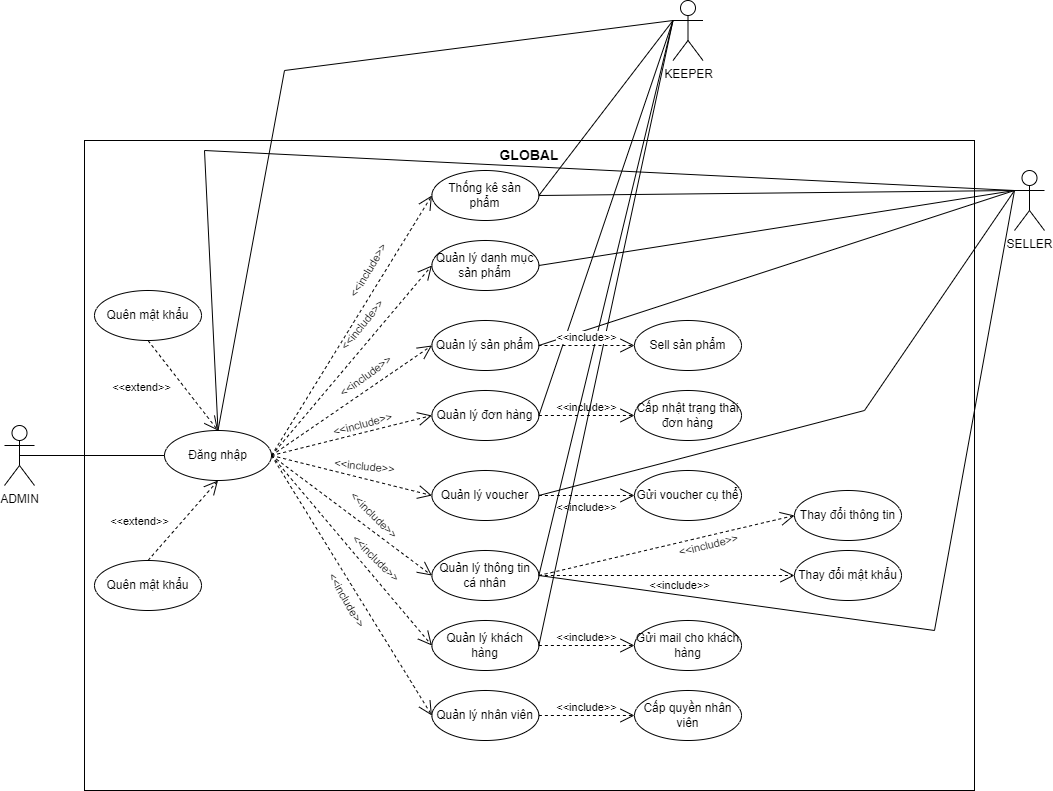
vietviet08/CATCOSY keeps this draw.io diagram as report/images/usecase/DACS1-admin_global-usecase.drawio.png. Above is the earlier version. Source tidied: cells renumbered, new cells last; positions are measured from the earlier drawing's top-left corner, leaving out a move shared by most shapes. The source it was exported from:
```xml
<mxGraphModel>
  <root>
    <mxCell id="0" />
    <mxCell id="1" parent="0" />
    <mxCell id="2" value="ADMIN" style="shape=umlActor;verticalLabelPosition=bottom;verticalAlign=top;html=1;" parent="1" vertex="1">
      <mxGeometry y="425" width="30" height="60" as="geometry" />
    </mxCell>
    <mxCell id="3" value="&lt;span style=&quot;font-size: 14px;&quot;&gt;&lt;b&gt;GLOBAL&lt;/b&gt;&lt;/span&gt;" style="whiteSpace=wrap;html=1;verticalAlign=top;" parent="1" vertex="1">
      <mxGeometry x="80" y="140" width="890" height="650" as="geometry" />
    </mxCell>
    <mxCell id="4" value="Đăng nhập" style="ellipse;whiteSpace=wrap;html=1;" parent="1" vertex="1">
      <mxGeometry x="160" y="430" width="107" height="50" as="geometry" />
    </mxCell>
    <mxCell id="5" style="endArrow=none;html=1;rounded=0;exitX=0.5;exitY=0.5;exitDx=0;exitDy=0;exitPerimeter=0;" parent="1" edge="1" source="2" target="4">
      <mxGeometry relative="1" as="geometry" />
    </mxCell>
    <mxCell id="6" value="Quản lý danh mục sản phẩm" style="ellipse;whiteSpace=wrap;html=1;" parent="1" vertex="1">
      <mxGeometry x="427.4" y="240" width="107" height="50" as="geometry" />
    </mxCell>
    <mxCell id="7" style="endArrow=open;endSize=12;dashed=1;html=1;rounded=0;exitX=1;exitY=0.5;exitDx=0;exitDy=0;entryX=0;entryY=0.5;entryDx=0;entryDy=0;" parent="1" edge="1" source="4" target="6">
      <mxGeometry relative="1" as="geometry" />
    </mxCell>
    <mxCell id="8" value="&amp;lt;&amp;lt;include&amp;gt;&amp;gt;" style="edgeLabel;html=1;align=center;verticalAlign=middle;rotation=309;" parent="7" vertex="1">
      <mxGeometry x="-0.05" y="4" relative="1" as="geometry">
        <mxPoint x="17" y="-37" as="offset" />
      </mxGeometry>
    </mxCell>
    <mxCell id="9" style="endArrow=open;endSize=12;dashed=1;html=1;rounded=0;exitX=1;exitY=0.5;exitDx=0;exitDy=0;entryX=0;entryY=0.5;entryDx=0;entryDy=0;" parent="1" edge="1" source="4" target="13">
      <mxGeometry relative="1" as="geometry" />
    </mxCell>
    <mxCell id="10" value="&amp;lt;&amp;lt;include&amp;gt;&amp;gt;" style="edgeLabel;html=1;align=center;verticalAlign=middle;rotation=6;" parent="9" vertex="1">
      <mxGeometry x="-0.05" y="4" relative="1" as="geometry">
        <mxPoint x="16" y="-5" as="offset" />
      </mxGeometry>
    </mxCell>
    <mxCell id="11" value="Quản lý sản phẩm" style="ellipse;whiteSpace=wrap;html=1;" parent="1" vertex="1">
      <mxGeometry x="427.4" y="320" width="107" height="50" as="geometry" />
    </mxCell>
    <mxCell id="12" value="Quản lý đơn hàng" style="ellipse;whiteSpace=wrap;html=1;" parent="1" vertex="1">
      <mxGeometry x="427.4" y="390" width="107" height="50" as="geometry" />
    </mxCell>
    <mxCell id="13" value="Quản lý voucher" style="ellipse;whiteSpace=wrap;html=1;" parent="1" vertex="1">
      <mxGeometry x="427.4" y="470" width="107" height="50" as="geometry" />
    </mxCell>
    <mxCell id="14" value="Quản lý thông tin cá nhân" style="ellipse;whiteSpace=wrap;html=1;" parent="1" vertex="1">
      <mxGeometry x="427.4" y="550" width="107" height="50" as="geometry" />
    </mxCell>
    <mxCell id="15" value="Quản lý khách hàng" style="ellipse;whiteSpace=wrap;html=1;" parent="1" vertex="1">
      <mxGeometry x="427.4" y="620" width="107" height="50" as="geometry" />
    </mxCell>
    <mxCell id="16" value="Quản lý nhân viên" style="ellipse;whiteSpace=wrap;html=1;" parent="1" vertex="1">
      <mxGeometry x="427.4" y="690" width="107" height="50" as="geometry" />
    </mxCell>
    <mxCell id="17" value="Cấp quyền nhân viên" style="ellipse;whiteSpace=wrap;html=1;" parent="1" vertex="1">
      <mxGeometry x="630" y="690" width="107" height="50" as="geometry" />
    </mxCell>
    <mxCell id="18" value="Gửi mail cho khách hàng" style="ellipse;whiteSpace=wrap;html=1;" parent="1" vertex="1">
      <mxGeometry x="630" y="620" width="107" height="50" as="geometry" />
    </mxCell>
    <mxCell id="19" value="Thay đổi mật khẩu" style="ellipse;whiteSpace=wrap;html=1;" parent="1" vertex="1">
      <mxGeometry x="790" y="550" width="107" height="50" as="geometry" />
    </mxCell>
    <mxCell id="20" value="Thay đổi thông tin" style="ellipse;whiteSpace=wrap;html=1;" parent="1" vertex="1">
      <mxGeometry x="790" y="490" width="107" height="50" as="geometry" />
    </mxCell>
    <mxCell id="21" value="Cấp nhật trạng thái đơn hàng" style="ellipse;whiteSpace=wrap;html=1;" parent="1" vertex="1">
      <mxGeometry x="630" y="390" width="107" height="50" as="geometry" />
    </mxCell>
    <mxCell id="22" value="Thống kê sản phẩm" style="ellipse;whiteSpace=wrap;html=1;" parent="1" vertex="1">
      <mxGeometry x="427.4" y="170" width="107" height="50" as="geometry" />
    </mxCell>
    <mxCell id="23" value="Quên mật khẩu" style="ellipse;whiteSpace=wrap;html=1;" parent="1" vertex="1">
      <mxGeometry x="90" y="560" width="107" height="50" as="geometry" />
    </mxCell>
    <mxCell id="24" style="endArrow=open;endSize=12;dashed=1;html=1;rounded=0;exitX=1;exitY=0.5;exitDx=0;exitDy=0;entryX=0;entryY=0.5;entryDx=0;entryDy=0;" parent="1" edge="1" source="4" target="11">
      <mxGeometry relative="1" as="geometry" />
    </mxCell>
    <mxCell id="25" value="&amp;lt;&amp;lt;include&amp;gt;&amp;gt;" style="edgeLabel;html=1;align=center;verticalAlign=middle;rotation=324;" parent="24" vertex="1">
      <mxGeometry x="-0.05" y="4" relative="1" as="geometry">
        <mxPoint x="20" y="-24" as="offset" />
      </mxGeometry>
    </mxCell>
    <mxCell id="26" style="endArrow=open;endSize=12;dashed=1;html=1;rounded=0;exitX=1;exitY=0.5;exitDx=0;exitDy=0;entryX=0;entryY=0.5;entryDx=0;entryDy=0;" parent="1" edge="1" source="4" target="12">
      <mxGeometry relative="1" as="geometry" />
    </mxCell>
    <mxCell id="27" value="&amp;lt;&amp;lt;include&amp;gt;&amp;gt;" style="edgeLabel;html=1;align=center;verticalAlign=middle;rotation=-15;" parent="26" vertex="1">
      <mxGeometry x="-0.05" y="4" relative="1" as="geometry">
        <mxPoint x="16" y="-9" as="offset" />
      </mxGeometry>
    </mxCell>
    <mxCell id="28" style="endArrow=open;endSize=12;dashed=1;html=1;rounded=0;exitX=1;exitY=0.5;exitDx=0;exitDy=0;entryX=0;entryY=0.5;entryDx=0;entryDy=0;" parent="1" edge="1" source="4" target="14">
      <mxGeometry relative="1" as="geometry" />
    </mxCell>
    <mxCell id="29" value="&amp;lt;&amp;lt;include&amp;gt;&amp;gt;" style="edgeLabel;html=1;align=center;verticalAlign=middle;rotation=45;" parent="28" vertex="1">
      <mxGeometry x="-0.05" y="4" relative="1" as="geometry">
        <mxPoint x="24" y="6" as="offset" />
      </mxGeometry>
    </mxCell>
    <mxCell id="30" style="endArrow=open;endSize=12;dashed=1;html=1;rounded=0;exitX=1;exitY=0.5;exitDx=0;exitDy=0;entryX=0;entryY=0.5;entryDx=0;entryDy=0;" parent="1" edge="1" source="4" target="15">
      <mxGeometry relative="1" as="geometry" />
    </mxCell>
    <mxCell id="31" value="&amp;lt;&amp;lt;include&amp;gt;&amp;gt;" style="edgeLabel;html=1;align=center;verticalAlign=middle;rotation=45;" parent="30" vertex="1">
      <mxGeometry x="-0.05" y="4" relative="1" as="geometry">
        <mxPoint x="25" y="15" as="offset" />
      </mxGeometry>
    </mxCell>
    <mxCell id="32" style="endArrow=open;endSize=12;dashed=1;html=1;rounded=0;exitX=1;exitY=0.5;exitDx=0;exitDy=0;entryX=0;entryY=0.5;entryDx=0;entryDy=0;" parent="1" edge="1" source="4" target="16">
      <mxGeometry relative="1" as="geometry" />
    </mxCell>
    <mxCell id="33" value="&amp;lt;&amp;lt;include&amp;gt;&amp;gt;" style="edgeLabel;html=1;align=center;verticalAlign=middle;rotation=60;" parent="32" vertex="1">
      <mxGeometry x="-0.05" y="4" relative="1" as="geometry">
        <mxPoint x="-4" y="23" as="offset" />
      </mxGeometry>
    </mxCell>
    <mxCell id="34" style="endArrow=open;endSize=12;dashed=1;html=1;rounded=0;exitX=1;exitY=0.5;exitDx=0;exitDy=0;entryX=0;entryY=0.5;entryDx=0;entryDy=0;" parent="1" edge="1" source="16" target="17">
      <mxGeometry relative="1" as="geometry" />
    </mxCell>
    <mxCell id="35" value="&amp;lt;&amp;lt;include&amp;gt;&amp;gt;" style="edgeLabel;html=1;align=center;verticalAlign=middle;rotation=0;" parent="34" vertex="1">
      <mxGeometry x="-0.05" y="4" relative="1" as="geometry">
        <mxPoint x="2" y="-5" as="offset" />
      </mxGeometry>
    </mxCell>
    <mxCell id="36" style="endArrow=open;endSize=12;dashed=1;html=1;rounded=0;exitX=1;exitY=0.5;exitDx=0;exitDy=0;entryX=0;entryY=0.5;entryDx=0;entryDy=0;" parent="1" edge="1" source="15" target="18">
      <mxGeometry relative="1" as="geometry" />
    </mxCell>
    <mxCell id="37" value="&amp;lt;&amp;lt;include&amp;gt;&amp;gt;" style="edgeLabel;html=1;align=center;verticalAlign=middle;rotation=0;" parent="36" vertex="1">
      <mxGeometry x="-0.05" y="4" relative="1" as="geometry">
        <mxPoint x="2" y="-5" as="offset" />
      </mxGeometry>
    </mxCell>
    <mxCell id="38" style="endArrow=open;endSize=12;dashed=1;html=1;rounded=0;exitX=1;exitY=0.5;exitDx=0;exitDy=0;entryX=0;entryY=0.5;entryDx=0;entryDy=0;" parent="1" edge="1" source="14" target="19">
      <mxGeometry relative="1" as="geometry" />
    </mxCell>
    <mxCell id="39" value="&amp;lt;&amp;lt;include&amp;gt;&amp;gt;" style="edgeLabel;html=1;align=center;verticalAlign=middle;rotation=0;" parent="38" vertex="1">
      <mxGeometry x="-0.05" y="4" relative="1" as="geometry">
        <mxPoint x="19" y="13" as="offset" />
      </mxGeometry>
    </mxCell>
    <mxCell id="40" style="endArrow=open;endSize=12;dashed=1;html=1;rounded=0;exitX=1;exitY=0.5;exitDx=0;exitDy=0;entryX=0;entryY=0.5;entryDx=0;entryDy=0;" parent="1" edge="1" source="14" target="20">
      <mxGeometry relative="1" as="geometry" />
    </mxCell>
    <mxCell id="41" value="&amp;lt;&amp;lt;include&amp;gt;&amp;gt;" style="edgeLabel;html=1;align=center;verticalAlign=middle;rotation=346;" parent="40" vertex="1">
      <mxGeometry x="-0.05" y="4" relative="1" as="geometry">
        <mxPoint x="49" y="2" as="offset" />
      </mxGeometry>
    </mxCell>
    <mxCell id="42" value="Gửi voucher cụ thể" style="ellipse;whiteSpace=wrap;html=1;" parent="1" vertex="1">
      <mxGeometry x="630" y="470" width="107" height="50" as="geometry" />
    </mxCell>
    <mxCell id="43" style="endArrow=open;endSize=12;dashed=1;html=1;rounded=0;exitX=1;exitY=0.5;exitDx=0;exitDy=0;entryX=0;entryY=0.5;entryDx=0;entryDy=0;" parent="1" edge="1" source="13" target="42">
      <mxGeometry relative="1" as="geometry" />
    </mxCell>
    <mxCell id="44" value="&amp;lt;&amp;lt;include&amp;gt;&amp;gt;" style="edgeLabel;html=1;align=center;verticalAlign=middle;rotation=0;" parent="43" vertex="1">
      <mxGeometry x="-0.05" y="4" relative="1" as="geometry">
        <mxPoint x="2" y="15" as="offset" />
      </mxGeometry>
    </mxCell>
    <mxCell id="45" style="endArrow=open;endSize=12;dashed=1;html=1;rounded=0;exitX=1;exitY=0.5;exitDx=0;exitDy=0;entryX=0;entryY=0.5;entryDx=0;entryDy=0;" parent="1" edge="1" source="12" target="21">
      <mxGeometry relative="1" as="geometry" />
    </mxCell>
    <mxCell id="46" value="&amp;lt;&amp;lt;include&amp;gt;&amp;gt;" style="edgeLabel;html=1;align=center;verticalAlign=middle;rotation=0;" parent="45" vertex="1">
      <mxGeometry x="-0.05" y="4" relative="1" as="geometry">
        <mxPoint x="2" y="-5" as="offset" />
      </mxGeometry>
    </mxCell>
    <mxCell id="47" style="endArrow=open;endSize=12;dashed=1;html=1;rounded=0;exitX=1;exitY=0.5;exitDx=0;exitDy=0;entryX=0;entryY=0.5;entryDx=0;entryDy=0;" parent="1" edge="1" source="4" target="22">
      <mxGeometry relative="1" as="geometry" />
    </mxCell>
    <mxCell id="48" value="&amp;lt;&amp;lt;include&amp;gt;&amp;gt;" style="edgeLabel;html=1;align=center;verticalAlign=middle;rotation=301;" parent="47" vertex="1">
      <mxGeometry x="-0.05" y="4" relative="1" as="geometry">
        <mxPoint x="24" y="-59" as="offset" />
      </mxGeometry>
    </mxCell>
    <mxCell id="49" value="SELLER" style="shape=umlActor;verticalLabelPosition=bottom;verticalAlign=top;html=1;" parent="1" vertex="1">
      <mxGeometry x="1010" y="170" width="30" height="60" as="geometry" />
    </mxCell>
    <mxCell id="50" style="endArrow=none;html=1;rounded=0;entryX=0;entryY=0.3333333333333333;entryDx=0;entryDy=0;entryPerimeter=0;exitX=0.5;exitY=0;exitDx=0;exitDy=0;" parent="1" edge="1" source="4" target="49">
      <mxGeometry relative="1" as="geometry">
        <Array as="points">
          <mxPoint x="200" y="150" />
        </Array>
      </mxGeometry>
    </mxCell>
    <mxCell id="51" style="endArrow=none;html=1;rounded=0;entryX=0;entryY=0.3333333333333333;entryDx=0;entryDy=0;entryPerimeter=0;exitX=1;exitY=0.5;exitDx=0;exitDy=0;" parent="1" edge="1" source="22" target="49">
      <mxGeometry relative="1" as="geometry" />
    </mxCell>
    <mxCell id="52" style="endArrow=none;html=1;rounded=0;entryX=0;entryY=0.3333333333333333;entryDx=0;entryDy=0;entryPerimeter=0;exitX=1;exitY=0.5;exitDx=0;exitDy=0;" parent="1" edge="1" source="6" target="49">
      <mxGeometry relative="1" as="geometry" />
    </mxCell>
    <mxCell id="53" style="endArrow=none;html=1;rounded=0;entryX=0;entryY=0.3333333333333333;entryDx=0;entryDy=0;entryPerimeter=0;exitX=1;exitY=0.5;exitDx=0;exitDy=0;" parent="1" edge="1" source="11" target="49">
      <mxGeometry relative="1" as="geometry" />
    </mxCell>
    <mxCell id="54" style="endArrow=none;html=1;rounded=0;entryX=0;entryY=0.3333333333333333;entryDx=0;entryDy=0;entryPerimeter=0;exitX=1;exitY=0.5;exitDx=0;exitDy=0;" parent="1" edge="1" source="14" target="49">
      <mxGeometry relative="1" as="geometry">
        <Array as="points">
          <mxPoint x="930" y="630" />
        </Array>
      </mxGeometry>
    </mxCell>
    <mxCell id="55" style="endArrow=none;html=1;rounded=0;entryX=0;entryY=0.3333333333333333;entryDx=0;entryDy=0;entryPerimeter=0;exitX=1;exitY=0.5;exitDx=0;exitDy=0;" parent="1" edge="1" source="13" target="49">
      <mxGeometry relative="1" as="geometry">
        <Array as="points">
          <mxPoint x="860" y="410" />
        </Array>
      </mxGeometry>
    </mxCell>
    <mxCell id="56" value="KEEPER" style="shape=umlActor;verticalLabelPosition=bottom;verticalAlign=top;html=1;" parent="1" vertex="1">
      <mxGeometry x="668.5" width="30" height="60" as="geometry" />
    </mxCell>
    <mxCell id="57" style="endArrow=none;html=1;rounded=0;exitX=1;exitY=0.5;exitDx=0;exitDy=0;entryX=0;entryY=0.3333333333333333;entryDx=0;entryDy=0;entryPerimeter=0;" parent="1" edge="1" source="22" target="56">
      <mxGeometry relative="1" as="geometry" />
    </mxCell>
    <mxCell id="58" style="endArrow=none;html=1;rounded=0;exitX=0.5;exitY=0;exitDx=0;exitDy=0;entryX=0;entryY=0.3333333333333333;entryDx=0;entryDy=0;entryPerimeter=0;" parent="1" edge="1" source="4" target="56">
      <mxGeometry relative="1" as="geometry">
        <Array as="points">
          <mxPoint x="280" y="70" />
        </Array>
      </mxGeometry>
    </mxCell>
    <mxCell id="59" style="endArrow=none;html=1;rounded=0;exitX=1;exitY=0.5;exitDx=0;exitDy=0;entryX=0;entryY=0.3333333333333333;entryDx=0;entryDy=0;entryPerimeter=0;" parent="1" edge="1" source="12" target="56">
      <mxGeometry relative="1" as="geometry" />
    </mxCell>
    <mxCell id="60" style="endArrow=none;html=1;rounded=0;exitX=1;exitY=0.5;exitDx=0;exitDy=0;entryX=0;entryY=0.3333333333333333;entryDx=0;entryDy=0;entryPerimeter=0;" parent="1" edge="1" source="14" target="56">
      <mxGeometry relative="1" as="geometry" />
    </mxCell>
    <mxCell id="61" style="endArrow=none;html=1;rounded=0;exitX=1;exitY=0.5;exitDx=0;exitDy=0;entryX=0;entryY=0.3333333333333333;entryDx=0;entryDy=0;entryPerimeter=0;" parent="1" edge="1" source="15" target="56">
      <mxGeometry relative="1" as="geometry" />
    </mxCell>
    <mxCell id="62" value="Sell sản phẩm" style="ellipse;whiteSpace=wrap;html=1;" parent="1" vertex="1">
      <mxGeometry x="630" y="320" width="107" height="50" as="geometry" />
    </mxCell>
    <mxCell id="63" style="endArrow=open;endSize=12;dashed=1;html=1;rounded=0;entryX=0;entryY=0.5;entryDx=0;entryDy=0;" parent="1" edge="1" target="62">
      <mxGeometry relative="1" as="geometry">
        <mxPoint x="534" y="345" as="sourcePoint" />
      </mxGeometry>
    </mxCell>
    <mxCell id="64" value="&amp;lt;&amp;lt;include&amp;gt;&amp;gt;" style="edgeLabel;html=1;align=center;verticalAlign=middle;rotation=0;" parent="63" vertex="1">
      <mxGeometry x="-0.05" y="4" relative="1" as="geometry">
        <mxPoint x="2" y="-5" as="offset" />
      </mxGeometry>
    </mxCell>
    <mxCell id="65" style="endArrow=open;endSize=12;dashed=1;html=1;rounded=0;entryX=0.5;entryY=1;entryDx=0;entryDy=0;exitX=0.5;exitY=0;exitDx=0;exitDy=0;" parent="1" edge="1" source="23" target="4">
      <mxGeometry relative="1" as="geometry" />
    </mxCell>
    <mxCell id="66" value="&amp;lt;&amp;lt;extend&amp;gt;&amp;gt;" style="edgeLabel;html=1;align=center;verticalAlign=middle;rotation=0;" parent="65" vertex="1">
      <mxGeometry x="-0.05" y="4" relative="1" as="geometry">
        <mxPoint x="-39" y="1" as="offset" />
      </mxGeometry>
    </mxCell>
    <mxCell id="67" value="Quên mật khẩu" style="ellipse;whiteSpace=wrap;html=1;" parent="1" vertex="1">
      <mxGeometry x="90" y="290" width="107" height="50" as="geometry" />
    </mxCell>
    <mxCell id="68" style="endArrow=open;endSize=12;dashed=1;html=1;rounded=0;entryX=0.5;entryY=0;entryDx=0;entryDy=0;exitX=0.5;exitY=1;exitDx=0;exitDy=0;" parent="1" edge="1" source="67" target="4">
      <mxGeometry relative="1" as="geometry" />
    </mxCell>
    <mxCell id="69" value="&amp;lt;&amp;lt;extend&amp;gt;&amp;gt;" style="edgeLabel;html=1;align=center;verticalAlign=middle;rotation=0;" parent="68" vertex="1">
      <mxGeometry x="-0.05" y="4" relative="1" as="geometry">
        <mxPoint x="-43" y="6" as="offset" />
      </mxGeometry>
    </mxCell>
  </root>
</mxGraphModel>
```
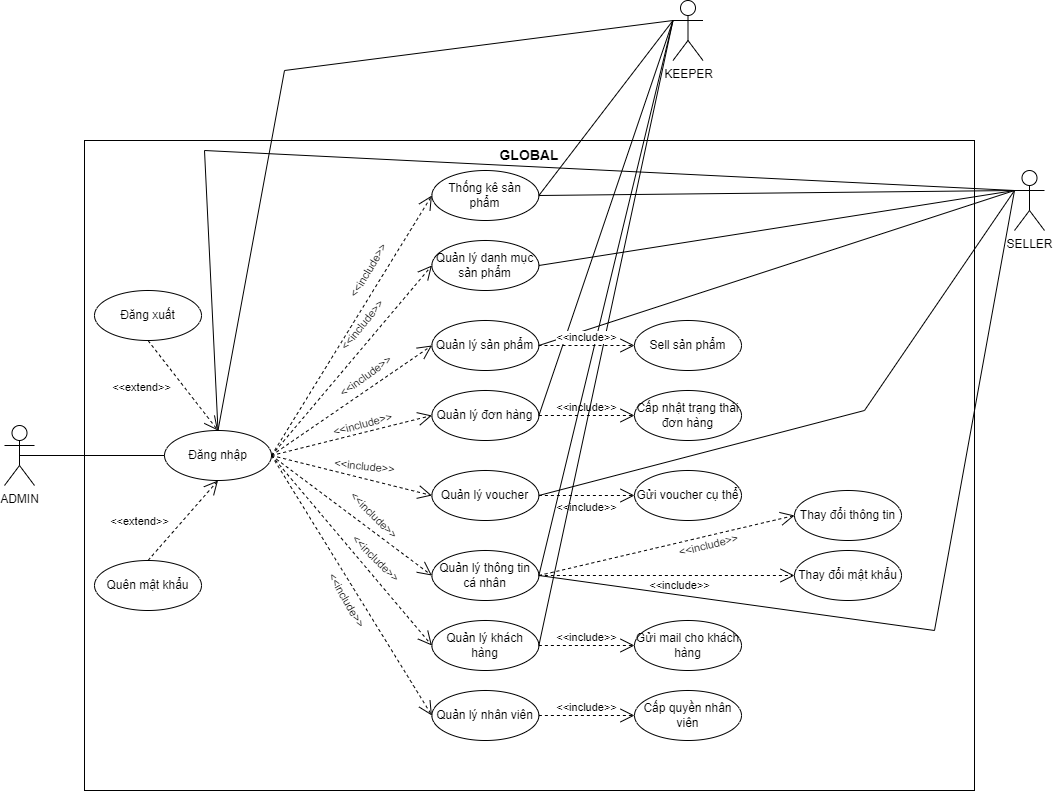
The same diagram one commit later.

Change to the diagram source:
```diff
@@ -247,7 +247,7 @@
         <mxPoint x="-39" y="1" as="offset" />
       </mxGeometry>
     </mxCell>
-    <mxCell id="67" value="Quên mật khẩu" style="ellipse;whiteSpace=wrap;html=1;" parent="1" vertex="1">
+    <mxCell id="67" value="Đăng xuất" style="ellipse;whiteSpace=wrap;html=1;" parent="1" vertex="1">
       <mxGeometry x="90" y="290" width="107" height="50" as="geometry" />
     </mxCell>
     <mxCell id="68" style="endArrow=open;endSize=12;dashed=1;html=1;rounded=0;entryX=0.5;entryY=0;entryDx=0;entryDy=0;exitX=0.5;exitY=1;exitDx=0;exitDy=0;" parent="1" edge="1" source="67" target="4">
```
